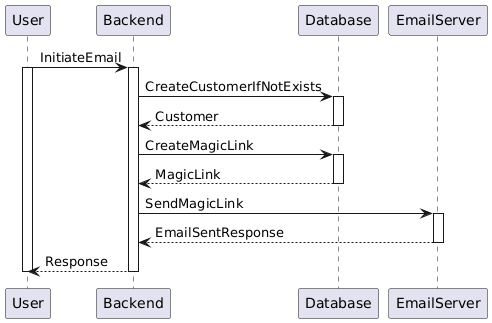
Above: docs/diagrams/out/docs/diagrams/sequence-diagrams/all-sequence-diagrams/Continue with Email.png in jadwalapp/symmetrical-spoon (PlantUML), before the change. The source it was exported from:
```plantuml
@startuml
User -> Backend ++ : InitiateEmail
activate User

Backend -> Database ++ : CreateCustomerIfNotExists
Database --> Backend -- : Customer

Backend -> Database ++ : CreateMagicLink
Database --> Backend -- : MagicLink

Backend -> EmailServer ++ : SendMagicLink
EmailServer --> Backend -- : EmailSentResponse

Backend --> User -- : Response
deactivate User
@enduml
```
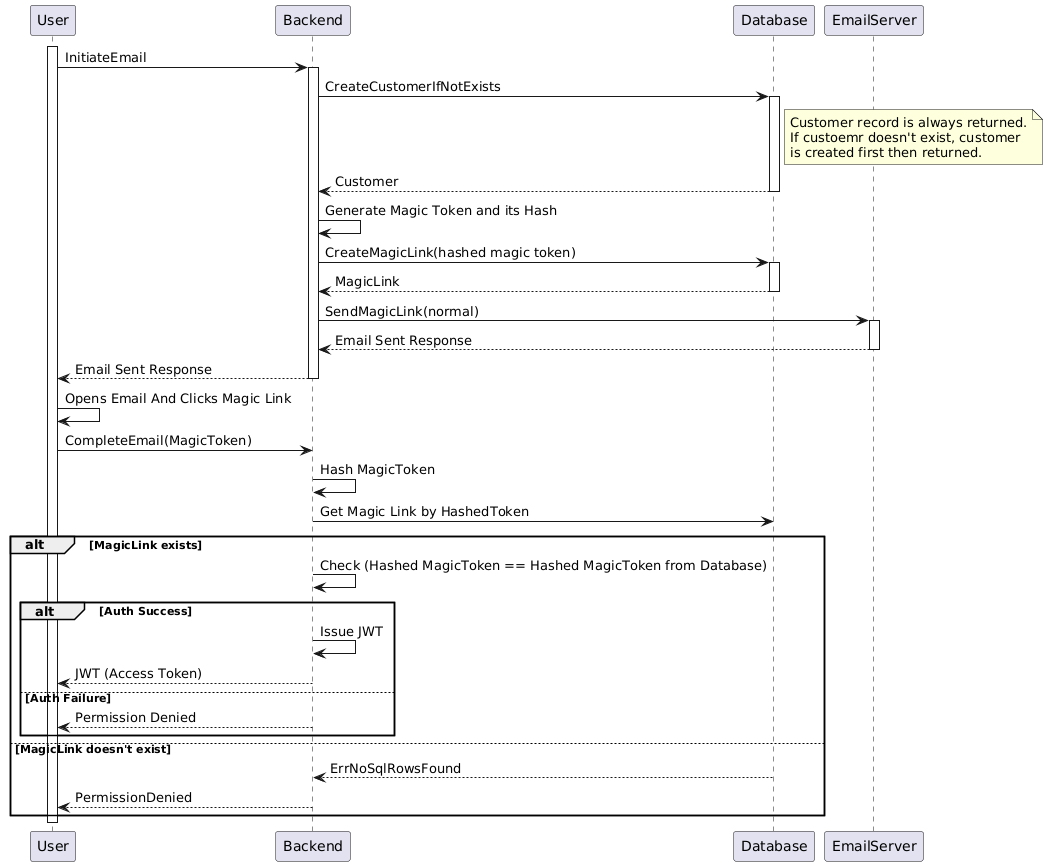
Later version of the same file.

Change to the diagram source:
```diff
@@ -1,16 +1,41 @@
 @startuml
-User -> Backend ++ : InitiateEmail
 activate User
 
+User -> Backend ++ : InitiateEmail
+
 Backend -> Database ++ : CreateCustomerIfNotExists
+note right of Database : Customer record is always returned.\nIf custoemr doesn't exist, customer\nis created first then returned.
 Database --> Backend -- : Customer
 
-Backend -> Database ++ : CreateMagicLink
+Backend -> Backend : Generate Magic Token and its Hash
+
+Backend -> Database ++ : CreateMagicLink(hashed magic token)
 Database --> Backend -- : MagicLink
 
-Backend -> EmailServer ++ : SendMagicLink
-EmailServer --> Backend -- : EmailSentResponse
+Backend -> EmailServer ++ : SendMagicLink(normal)
+EmailServer --> Backend -- : Email Sent Response
 
-Backend --> User -- : Response
+Backend --> User -- : Email Sent Response
+
+User -> User : Opens Email And Clicks Magic Link
+
+User -> Backend : CompleteEmail(MagicToken)
+
+Backend -> Backend : Hash MagicToken
+
+Backend -> Database : Get Magic Link by HashedToken
+alt MagicLink exists
+    Backend -> Backend : Check (Hashed MagicToken == Hashed MagicToken from Database)
+    alt Auth Success
+        Backend -> Backend : Issue JWT
+        Backend --> User : JWT (Access Token)
+    else Auth Failure
+        Backend --> User : Permission Denied
+    end
+else MagicLink doesn't exist
+    Database --> Backend : ErrNoSqlRowsFound
+    Backend --> User : PermissionDenied
+end
+
 deactivate User
 @enduml
```
